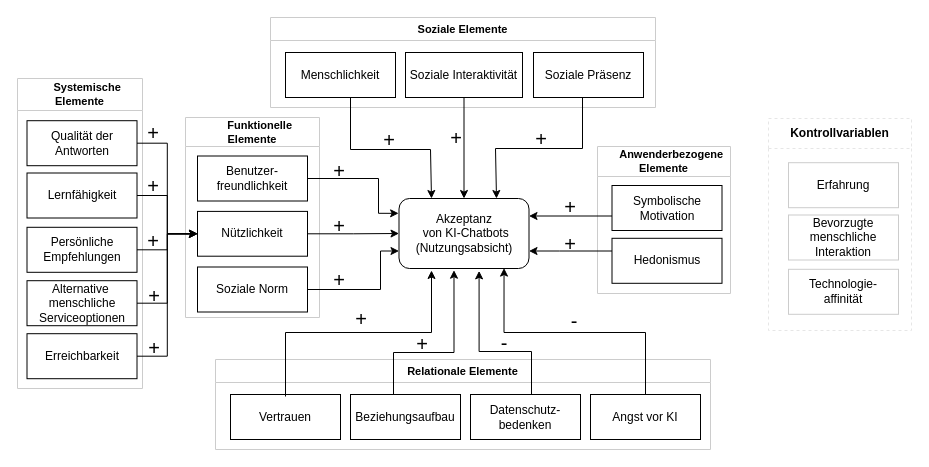
Above: page "Hypothesen" (3 of 5) of sRAM.drawio in Frododo12/Web-Technologie (draw.io), before the change. Source tidied: cells renumbered, new cells numbered last; positions are measured from the earlier drawing's top-left corner, leaving out a move shared by most shapes. Both pictures are drawn from the tidied source at 100%, with x=0, y=0 at pixel (17, 17).
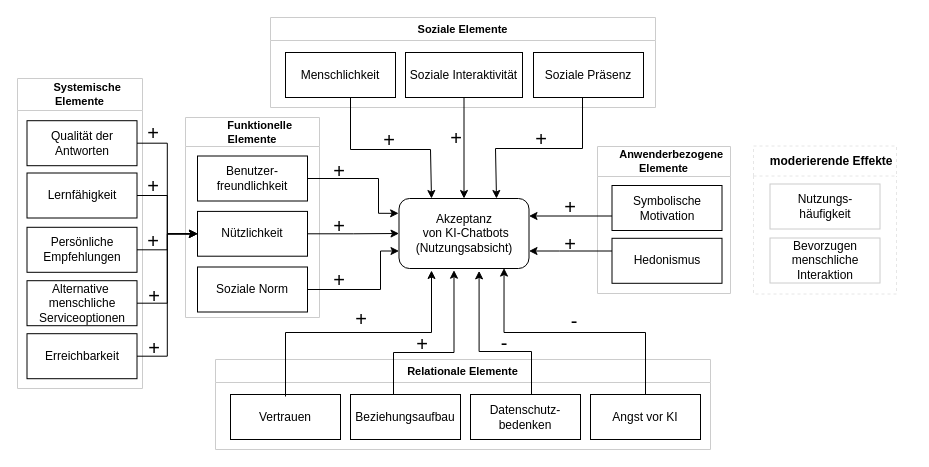
The same page after the edit.

What changed in the source:
```diff
@@
-    <mxCell id="25" value="Kontrollvariablen" style="swimlane;whiteSpace=wrap;html=1;startSize=30;fillColor=#FFFFFF;dashed=1;strokeColor=#E6E6E6;" parent="1" vertex="1">
-      <mxGeometry x="751" y="101" width="143" height="212" as="geometry" />
+    <mxCell id="25" value="&amp;nbsp; &amp;nbsp; moderierende Effekte" style="swimlane;whiteSpace=wrap;html=1;startSize=30;fillColor=#FFFFFF;dashed=1;strokeColor=#E6E6E6;" parent="1" vertex="1">
+      <mxGeometry x="736" y="128.5" width="143" height="148" as="geometry" />
     </mxCell>
-    <mxCell id="26" value="Bevorzugte menschliche Interaktion" style="rounded=0;whiteSpace=wrap;html=1;strokeColor=#CCCCCC;" parent="25" vertex="1">
-      <mxGeometry x="20" y="96.5" width="110" height="45" as="geometry" />
+    <mxCell id="26" value="Bevorzugen menschliche Interaktion" style="rounded=0;whiteSpace=wrap;html=1;strokeColor=#CCCCCC;" parent="25" vertex="1">
+      <mxGeometry x="16.5" y="92" width="110" height="45" as="geometry" />
     </mxCell>
-    <mxCell id="27" value="Technologie-&lt;br&gt;affinität" style="rounded=0;whiteSpace=wrap;html=1;strokeColor=#CCCCCC;" parent="25" vertex="1">
-      <mxGeometry x="20" y="150.8" width="110" height="45" as="geometry" />
-    </mxCell>
-    <mxCell id="28" value="Erfahrung" style="rounded=0;whiteSpace=wrap;html=1;strokeColor=#CCCCCC;" parent="25" vertex="1">
-      <mxGeometry x="20" y="44.2" width="110" height="45" as="geometry" />
+    <mxCell id="28" value="Nutzungs-&lt;br&gt;häufigkeit" style="rounded=0;whiteSpace=wrap;html=1;strokeColor=#CCCCCC;" parent="25" vertex="1">
+      <mxGeometry x="16.5" y="38" width="110" height="45" as="geometry" />
     </mxCell>
```
